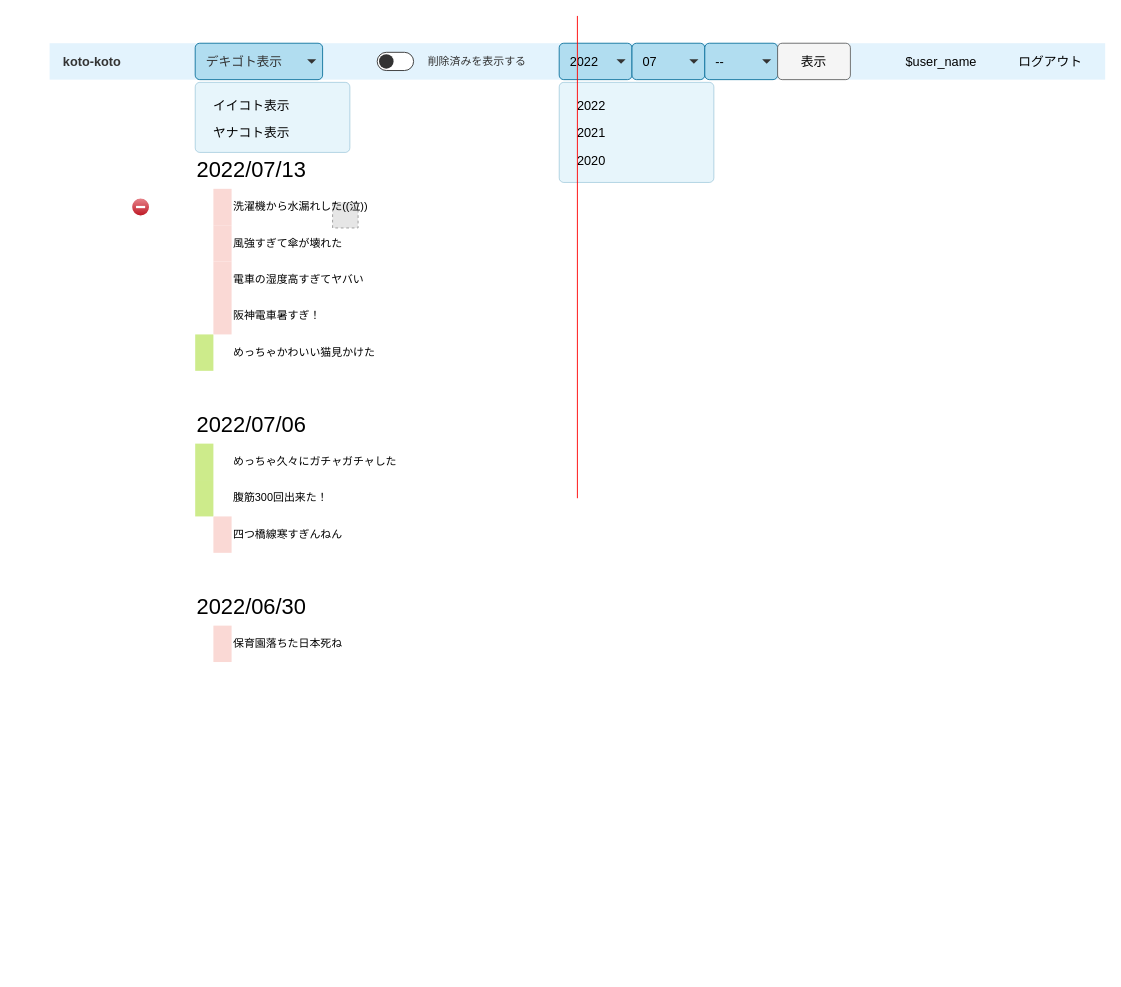
This is page "デキゴト表示" (4 of 5) of 名称未設定ファイル.drawio from omoikanelulu/Three_good_things, a draw.io file, before an edit. Source tidied: cells renumbered, new cells numbered last; positions are measured from the earlier drawing's top-left corner, leaving out a move shared by most shapes. Both pictures are drawn from the tidied source at 91%, with x=0, y=0 at pixel (49, 15). Pictures stored in the file or linked from it are replaced by grey dashed boxes.
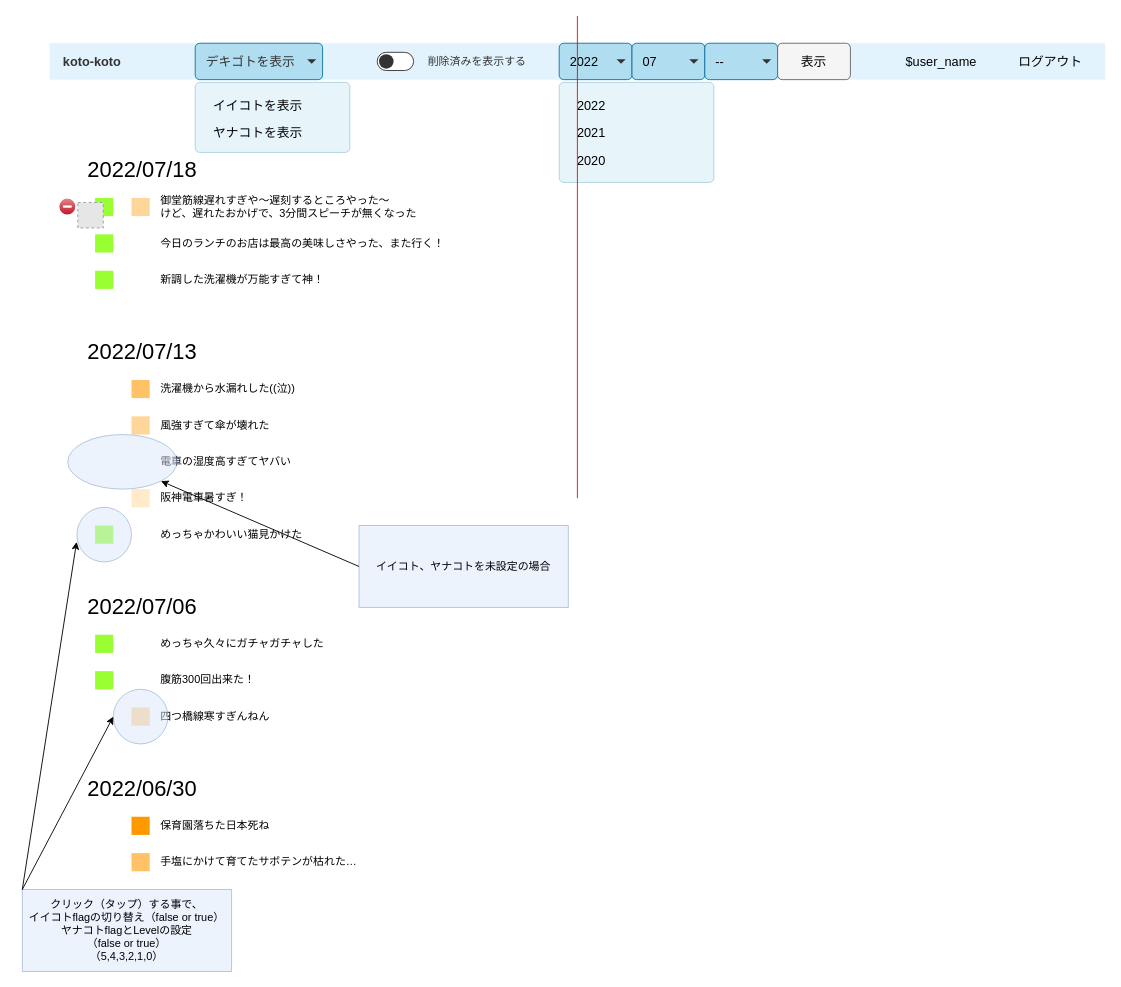
The same diagram, later.

The change refers to these unchanged cells:
```xml
<mxCell id="42" style="html=1;shadow=0;dashed=0;shape=mxgraph.bootstrap.rrect;rSize=5;fillColor=#B1DDF0;strokeColor=#10739E;opacity=30;" parent="1" vertex="1">
  <mxGeometry x="160" y="73" width="170" height="77" as="geometry" />
</mxCell>
```

Diff of the diagram source:
```diff
@@
     <mxCell id="2" value="&lt;span style=&quot;font-size: 24px;&quot;&gt;2022/07/13&lt;br&gt;&lt;/span&gt;" style="text;html=1;strokeColor=none;fillColor=none;align=left;verticalAlign=middle;whiteSpace=wrap;rounded=0;fontColor=default;" parent="1" vertex="1">
-      <mxGeometry x="160" y="150" width="160" height="40" as="geometry" />
+      <mxGeometry x="40" y="350" width="160" height="40" as="geometry" />
     </mxCell>
+    <mxCell id="46" value="&lt;span style=&quot;font-size: 24px;&quot;&gt;2022/07/18&lt;br&gt;&lt;/span&gt;" style="text;html=1;strokeColor=none;fillColor=none;align=left;verticalAlign=middle;whiteSpace=wrap;rounded=0;fontColor=default;" parent="1" vertex="1">
+      <mxGeometry x="40" y="150" width="160" height="40" as="geometry" />
+    </mxCell>
@@
     <mxCell id="4" value="&lt;span style=&quot;font-size: 24px;&quot;&gt;2022/07/06&lt;br&gt;&lt;/span&gt;" style="text;html=1;strokeColor=none;fillColor=none;align=left;verticalAlign=middle;whiteSpace=wrap;rounded=0;fontColor=default;" parent="1" vertex="1">
-      <mxGeometry x="160" y="430" width="160" height="40" as="geometry" />
+      <mxGeometry x="40" y="630" width="160" height="40" as="geometry" />
     </mxCell>
     <mxCell id="5" value="&lt;span style=&quot;font-size: 24px;&quot;&gt;2022/06/30&lt;br&gt;&lt;/span&gt;" style="text;html=1;strokeColor=none;fillColor=none;align=left;verticalAlign=middle;whiteSpace=wrap;rounded=0;fontColor=default;" parent="1" vertex="1">
-      <mxGeometry x="160" y="630" width="160" height="40" as="geometry" />
+      <mxGeometry x="40" y="830" width="160" height="40" as="geometry" />
     </mxCell>
@@
-    <mxCell id="19" style="verticalLabelPosition=bottom;verticalAlign=top;html=1;shadow=0;dashed=0;strokeWidth=1;shape=mxgraph.ios.iDeleteIcon;fillColor=#e8878E;fillColor2=#BD1421;strokeColor=#ffffff;sketch=0;" parent="1" vertex="1">
-      <mxGeometry x="90" y="200" width="20" height="20" as="geometry" />
-    </mxCell>
-    <mxCell id="20" style="fillColor=#E6E6E6;strokeColor=#999999;dashed=1;html=1;verticalAlign=top;verticalLabelPosition=bottom;labelBackgroundColor=#ffffff;" parent="1" vertex="1">
-      <mxGeometry x="311" y="205" width="28" height="28" as="geometry" />
-    </mxCell>
+    <mxCell id="47" style="verticalLabelPosition=bottom;verticalAlign=top;html=1;shadow=0;dashed=0;strokeWidth=1;shape=mxgraph.ios.iDeleteIcon;fillColor=#e8878E;fillColor2=#BD1421;strokeColor=#ffffff;sketch=0;" parent="1" vertex="1">
+      <mxGeometry x="10" y="200" width="19" height="19" as="geometry" />
+    </mxCell>
     <mxCell id="21" value="洗濯機から水漏れした((泣))" style="text;html=1;strokeColor=none;fillColor=none;align=left;verticalAlign=middle;whiteSpace=wrap;rounded=0;" parent="1" vertex="1">
-      <mxGeometry x="200" y="190" width="160" height="40" as="geometry" />
+      <mxGeometry x="120" y="390" width="320" height="40" as="geometry" />
     </mxCell>
+    <mxCell id="48" value="御堂筋線遅れすぎや〜遅刻するところやった〜&lt;br&gt;けど、遅れたおかげで、3分間スピーチが無くなった" style="text;html=1;strokeColor=none;fillColor=none;align=left;verticalAlign=middle;whiteSpace=wrap;rounded=0;" parent="1" vertex="1">
+      <mxGeometry x="120" y="190" width="320" height="40" as="geometry" />
+    </mxCell>
     <mxCell id="22" value="風強すぎて傘が壊れた" style="text;html=1;strokeColor=none;fillColor=none;align=left;verticalAlign=middle;whiteSpace=wrap;rounded=0;" parent="1" vertex="1">
-      <mxGeometry x="200" y="230" width="160" height="40" as="geometry" />
+      <mxGeometry x="120" y="430" width="320" height="40" as="geometry" />
     </mxCell>
     <mxCell id="23" value="電車の湿度高すぎてヤバい" style="text;html=1;strokeColor=none;fillColor=none;align=left;verticalAlign=middle;whiteSpace=wrap;rounded=0;" parent="1" vertex="1">
-      <mxGeometry x="200" y="270" width="160" height="40" as="geometry" />
+      <mxGeometry x="120" y="470" width="320" height="40" as="geometry" />
     </mxCell>
     <mxCell id="24" value="阪神電車暑すぎ！" style="text;html=1;strokeColor=none;fillColor=none;align=left;verticalAlign=middle;whiteSpace=wrap;rounded=0;" parent="1" vertex="1">
-      <mxGeometry x="200" y="310" width="160" height="40" as="geometry" />
+      <mxGeometry x="120" y="510" width="320" height="40" as="geometry" />
     </mxCell>
     <mxCell id="25" value="めっちゃかわいい猫見かけた" style="text;html=1;strokeColor=none;fillColor=none;align=left;verticalAlign=middle;whiteSpace=wrap;rounded=0;" parent="1" vertex="1">
-      <mxGeometry x="200" y="350" width="160" height="40" as="geometry" />
+      <mxGeometry x="120" y="550" width="320" height="40" as="geometry" />
     </mxCell>
     <mxCell id="26" value="四つ橋線寒すぎんねん" style="text;html=1;strokeColor=none;fillColor=none;align=left;verticalAlign=middle;whiteSpace=wrap;rounded=0;" parent="1" vertex="1">
-      <mxGeometry x="200" y="550" width="160" height="40" as="geometry" />
+      <mxGeometry x="120" y="750" width="320" height="40" as="geometry" />
     </mxCell>
     <mxCell id="27" value="保育園落ちた日本死ね" style="text;html=1;strokeColor=none;fillColor=none;align=left;verticalAlign=middle;whiteSpace=wrap;rounded=0;" parent="1" vertex="1">
-      <mxGeometry x="200" y="670" width="160" height="40" as="geometry" />
+      <mxGeometry x="120" y="870" width="320" height="40" as="geometry" />
     </mxCell>
+    <mxCell id="49" value="手塩にかけて育てたサボテンが枯れた…" style="text;html=1;strokeColor=none;fillColor=none;align=left;verticalAlign=middle;whiteSpace=wrap;rounded=0;" parent="1" vertex="1">
+      <mxGeometry x="120" y="910" width="320" height="40" as="geometry" />
+    </mxCell>
     <mxCell id="28" value="めっちゃ久々にガチャガチャした" style="text;html=1;strokeColor=none;fillColor=none;align=left;verticalAlign=middle;whiteSpace=wrap;rounded=0;" parent="1" vertex="1">
-      <mxGeometry x="200" y="470" width="200" height="40" as="geometry" />
+      <mxGeometry x="120" y="670" width="320" height="40" as="geometry" />
     </mxCell>
     <mxCell id="29" value="腹筋300回出来た！" style="text;html=1;strokeColor=none;fillColor=none;align=left;verticalAlign=middle;whiteSpace=wrap;rounded=0;" parent="1" vertex="1">
-      <mxGeometry x="200" y="510" width="160" height="40" as="geometry" />
+      <mxGeometry x="120" y="710" width="320" height="40" as="geometry" />
     </mxCell>
@@
-    <mxCell id="31" style="text;html=1;strokeColor=none;fillColor=#cdeb8b;align=center;verticalAlign=middle;whiteSpace=wrap;rounded=0;" parent="1" vertex="1">
-      <mxGeometry x="160" y="350" width="20" height="40" as="geometry" />
+    <mxCell id="31" style="text;html=1;strokeColor=none;fillColor=#99FF33;align=center;verticalAlign=middle;whiteSpace=wrap;rounded=0;" parent="1" vertex="1">
+      <mxGeometry x="50" y="560" width="20" height="20" as="geometry" />
     </mxCell>
-    <mxCell id="32" style="text;html=1;strokeColor=none;fillColor=#cdeb8b;align=center;verticalAlign=middle;whiteSpace=wrap;rounded=0;" parent="1" vertex="1">
-      <mxGeometry x="160" y="510" width="20" height="40" as="geometry" />
+    <mxCell id="32" style="text;html=1;strokeColor=none;fillColor=#99FF33;align=center;verticalAlign=middle;whiteSpace=wrap;rounded=0;" parent="1" vertex="1">
+      <mxGeometry x="50" y="720" width="20" height="20" as="geometry" />
     </mxCell>
-    <mxCell id="33" style="text;html=1;strokeColor=none;fillColor=#cdeb8b;align=center;verticalAlign=middle;whiteSpace=wrap;rounded=0;" parent="1" vertex="1">
-      <mxGeometry x="160" y="470" width="20" height="40" as="geometry" />
+    <mxCell id="33" style="text;html=1;strokeColor=none;fillColor=#99FF33;align=center;verticalAlign=middle;whiteSpace=wrap;rounded=0;" parent="1" vertex="1">
+      <mxGeometry x="50" y="680" width="20" height="20" as="geometry" />
     </mxCell>
-    <mxCell id="34" style="text;html=1;strokeColor=none;fillColor=#fad9d5;align=center;verticalAlign=middle;whiteSpace=wrap;rounded=0;" parent="1" vertex="1">
-      <mxGeometry x="180" y="230" width="20" height="40" as="geometry" />
+    <mxCell id="34" style="text;html=1;strokeColor=none;fillColor=#FFD699;align=center;verticalAlign=middle;whiteSpace=wrap;rounded=0;" parent="1" vertex="1">
+      <mxGeometry x="90" y="440" width="20" height="20" as="geometry" />
     </mxCell>
-    <mxCell id="35" style="text;html=1;strokeColor=none;fillColor=#fad9d5;align=center;verticalAlign=middle;whiteSpace=wrap;rounded=0;" parent="1" vertex="1">
-      <mxGeometry x="180" y="190" width="20" height="40" as="geometry" />
+    <mxCell id="35" style="text;html=1;strokeColor=none;fillColor=#FFC266;align=center;verticalAlign=middle;whiteSpace=wrap;rounded=0;shadow=0;" parent="1" vertex="1">
+      <mxGeometry x="90" y="400" width="20" height="20" as="geometry" />
     </mxCell>
-    <mxCell id="36" style="text;html=1;strokeColor=none;fillColor=#fad9d5;align=center;verticalAlign=middle;whiteSpace=wrap;rounded=0;" parent="1" vertex="1">
-      <mxGeometry x="180" y="270" width="20" height="40" as="geometry" />
-    </mxCell>
+    <mxCell id="50" style="text;html=1;strokeColor=none;fillColor=#FFD699;align=center;verticalAlign=middle;whiteSpace=wrap;rounded=0;shadow=0;" parent="1" vertex="1">
+      <mxGeometry x="90" y="200" width="20" height="20" as="geometry" />
+    </mxCell>
-    <mxCell id="37" style="text;html=1;strokeColor=none;fillColor=#fad9d5;align=center;verticalAlign=middle;whiteSpace=wrap;rounded=0;" parent="1" vertex="1">
-      <mxGeometry x="180" y="310" width="20" height="40" as="geometry" />
+    <mxCell id="37" style="text;html=1;strokeColor=none;fillColor=#FFEBCC;align=center;verticalAlign=middle;whiteSpace=wrap;rounded=0;" parent="1" vertex="1">
+      <mxGeometry x="90" y="520" width="20" height="20" as="geometry" />
     </mxCell>
-    <mxCell id="38" style="text;html=1;strokeColor=none;fillColor=#fad9d5;align=center;verticalAlign=middle;whiteSpace=wrap;rounded=0;" parent="1" vertex="1">
-      <mxGeometry x="180" y="550" width="20" height="40" as="geometry" />
+    <mxCell id="38" style="text;html=1;strokeColor=none;fillColor=#FFD699;align=center;verticalAlign=middle;whiteSpace=wrap;rounded=0;" parent="1" vertex="1">
+      <mxGeometry x="90" y="760" width="20" height="20" as="geometry" />
     </mxCell>
-    <mxCell id="39" style="text;html=1;strokeColor=none;fillColor=#fad9d5;align=center;verticalAlign=middle;whiteSpace=wrap;rounded=0;" parent="1" vertex="1">
-      <mxGeometry x="180" y="670" width="20" height="40" as="geometry" />
+    <mxCell id="39" style="text;html=1;strokeColor=none;fillColor=#FF9900;align=center;verticalAlign=middle;whiteSpace=wrap;rounded=0;" parent="1" vertex="1">
+      <mxGeometry x="90" y="880" width="20" height="20" as="geometry" />
     </mxCell>
+    <mxCell id="51" style="text;html=1;strokeColor=none;fillColor=#FFC266;align=center;verticalAlign=middle;whiteSpace=wrap;rounded=0;" parent="1" vertex="1">
+      <mxGeometry x="90" y="920" width="20" height="20" as="geometry" />
+    </mxCell>
-    <mxCell id="40" value="デキゴト表示" style="html=1;shadow=0;dashed=0;shape=mxgraph.bootstrap.rrect;rSize=5;strokeColor=#10739E;strokeWidth=1;fillColor=#B1DDF0;fontColor=#333333;whiteSpace=wrap;align=left;verticalAlign=middle;fontStyle=0;fontSize=14;spacingLeft=10;" parent="1" vertex="1">
+    <mxCell id="40" value="デキゴトを表示" style="html=1;shadow=0;dashed=0;shape=mxgraph.bootstrap.rrect;rSize=5;strokeColor=#10739E;strokeWidth=1;fillColor=#B1DDF0;fontColor=#333333;whiteSpace=wrap;align=left;verticalAlign=middle;fontStyle=0;fontSize=14;spacingLeft=10;" parent="1" vertex="1">
       <mxGeometry x="160" y="30" width="140" height="40" as="geometry" />
     </mxCell>
@@
-    <mxCell id="43" value="イイコト表示" style="fillColor=none;strokeColor=none;align=left;spacing=20;fontSize=14;" parent="42" vertex="1">
+    <mxCell id="43" value="イイコトを表示" style="fillColor=none;strokeColor=none;align=left;spacing=20;fontSize=14;" parent="42" vertex="1">
       <mxGeometry width="170" height="30" relative="1" as="geometry">
         <mxPoint y="10" as="offset" />
       </mxGeometry>
     </mxCell>
-    <mxCell id="44" value="ヤナコト表示" style="fillColor=none;strokeColor=none;align=left;spacing=20;fontSize=14;" parent="42" vertex="1">
+    <mxCell id="44" value="ヤナコトを表示" style="fillColor=none;strokeColor=none;align=left;spacing=20;fontSize=14;" parent="42" vertex="1">
       <mxGeometry width="170" height="30" relative="1" as="geometry">
         <mxPoint y="40" as="offset" />
       </mxGeometry>
     </mxCell>
@@
+    <mxCell id="52" style="ellipse;whiteSpace=wrap;html=1;rounded=0;shadow=0;fillColor=#dae8fc;strokeColor=#6c8ebf;opacity=50;" parent="1" vertex="1">
+      <mxGeometry x="30" y="540" width="60" height="60" as="geometry" />
+    </mxCell>
+    <mxCell id="53" style="ellipse;whiteSpace=wrap;html=1;rounded=0;shadow=0;fillColor=#dae8fc;strokeColor=#6c8ebf;opacity=50;" parent="1" vertex="1">
+      <mxGeometry x="20" y="460" width="120" height="60" as="geometry" />
+    </mxCell>
+    <mxCell id="54" style="ellipse;whiteSpace=wrap;html=1;rounded=0;shadow=0;fillColor=#dae8fc;strokeColor=#6c8ebf;opacity=50;" parent="1" vertex="1">
+      <mxGeometry x="70" y="740" width="60" height="60" as="geometry" />
+    </mxCell>
+    <mxCell id="55" value="クリック（タップ）する事で、&lt;br&gt;イイコトflagの切り替え（false or true）&lt;br&gt;ヤナコトflagとLevelの設定&lt;br&gt;（false or true）&lt;br&gt;（5,4,3,2,1,0）" style="rounded=0;whiteSpace=wrap;html=1;shadow=0;fillColor=#dae8fc;opacity=50;strokeColor=#6c8ebf;" parent="1" vertex="1">
+      <mxGeometry x="-30" y="960" width="230" height="90" as="geometry" />
+    </mxCell>
+    <mxCell id="56" value="イイコト、ヤナコトを未設定の場合" style="rounded=0;whiteSpace=wrap;html=1;shadow=0;fillColor=#dae8fc;opacity=50;strokeColor=#6c8ebf;" parent="1" vertex="1">
+      <mxGeometry x="340" y="560" width="230" height="90" as="geometry" />
+    </mxCell>
+    <mxCell id="57" style="endArrow=classic;html=1;rounded=0;exitX=0;exitY=0;exitDx=0;exitDy=0;entryX=-0.005;entryY=0.633;entryDx=0;entryDy=0;entryPerimeter=0;" parent="1" edge="1" source="55" target="52">
+      <mxGeometry relative="1" as="geometry" />
+    </mxCell>
+    <mxCell id="58" style="endArrow=classic;html=1;rounded=0;entryX=0;entryY=0.5;entryDx=0;entryDy=0;" parent="1" edge="1" target="54">
+      <mxGeometry relative="1" as="geometry">
+        <mxPoint x="-30" y="960" as="sourcePoint" />
+      </mxGeometry>
+    </mxCell>
+    <mxCell id="59" value="今日のランチのお店は最高の美味しさやった、また行く！" style="text;html=1;strokeColor=none;fillColor=none;align=left;verticalAlign=middle;whiteSpace=wrap;rounded=0;" parent="1" vertex="1">
+      <mxGeometry x="120" y="230" width="320" height="40" as="geometry" />
+    </mxCell>
+    <mxCell id="60" value="新調した洗濯機が万能すぎて神！" style="text;html=1;strokeColor=none;fillColor=none;align=left;verticalAlign=middle;whiteSpace=wrap;rounded=0;" parent="1" vertex="1">
+      <mxGeometry x="120" y="270" width="320" height="40" as="geometry" />
+    </mxCell>
+    <mxCell id="61" style="text;html=1;strokeColor=none;fillColor=#99FF33;align=center;verticalAlign=middle;whiteSpace=wrap;rounded=0;" parent="1" vertex="1">
+      <mxGeometry x="50" y="240" width="20" height="20" as="geometry" />
+    </mxCell>
+    <mxCell id="62" style="text;html=1;strokeColor=none;fillColor=#99FF33;align=center;verticalAlign=middle;whiteSpace=wrap;rounded=0;" parent="1" vertex="1">
+      <mxGeometry x="50" y="200" width="20" height="20" as="geometry" />
+    </mxCell>
+    <mxCell id="63" style="text;html=1;strokeColor=none;fillColor=#99FF33;align=center;verticalAlign=middle;whiteSpace=wrap;rounded=0;" parent="1" vertex="1">
+      <mxGeometry x="50" y="280" width="20" height="20" as="geometry" />
+    </mxCell>
+    <mxCell id="64" style="fillColor=#E6E6E6;strokeColor=#999999;dashed=1;html=1;verticalAlign=top;verticalLabelPosition=bottom;labelBackgroundColor=#ffffff;" parent="1" vertex="1">
+      <mxGeometry x="31" y="205" width="28" height="28" as="geometry" />
+    </mxCell>
+    <mxCell id="65" style="endArrow=classic;html=1;rounded=0;exitX=0;exitY=0.5;exitDx=0;exitDy=0;entryX=1;entryY=1;entryDx=0;entryDy=0;" parent="1" edge="1" source="56" target="53">
+      <mxGeometry relative="1" as="geometry" />
+    </mxCell>
```
